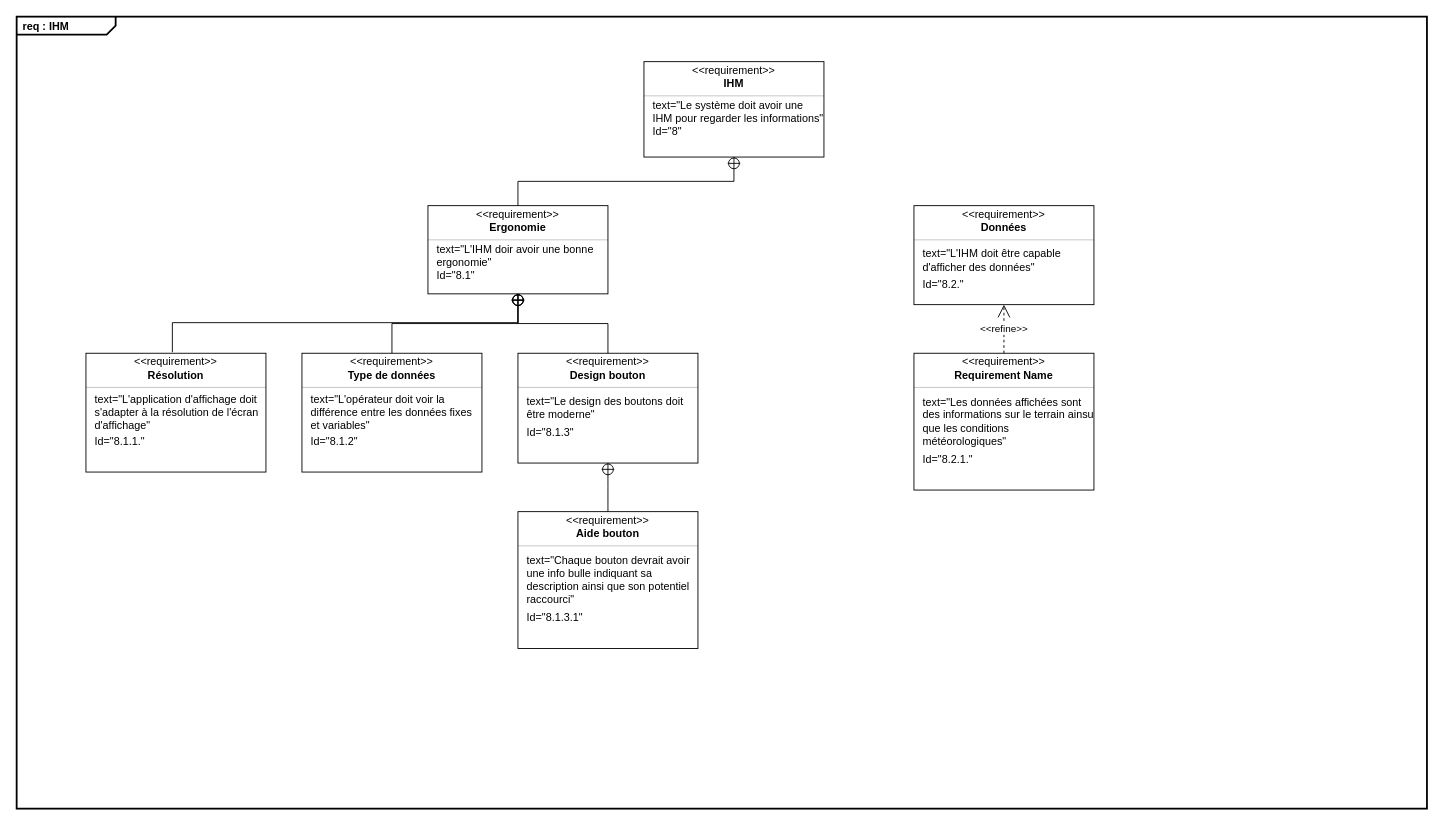
Above: SYSML/Diagramme_Requirement_IHM.drawio in ToGen49/Hippodrome (draw.io), before the change. Source tidied: cells renumbered, new cells numbered last; positions are measured from the earlier drawing's top-left corner, leaving out a move shared by most shapes. Both pictures are drawn from the tidied source at 90%, with x=0, y=0 at pixel (16, 16).
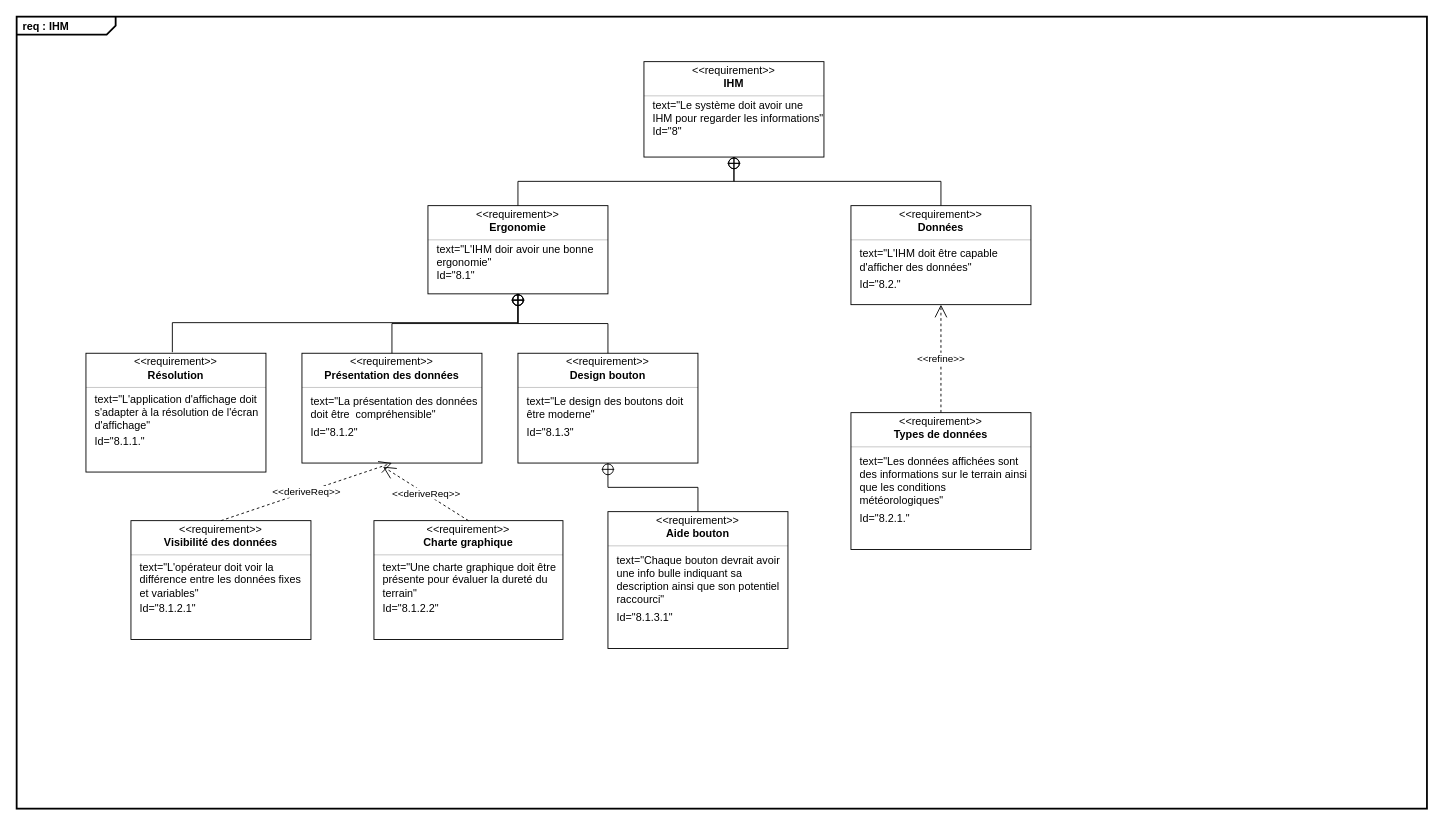
After the change.

Commit message (it also covers changes not shown here):
Mettre à jour Diagramme_Requirement_IHM.drawio

The change refers to these unchanged cells:
```xml
<mxCell id="9" style="html=1;align=center;spacing=0;verticalAlign=middle;strokeColor=none;fillColor=none;whiteSpace=wrap;" parent="3" vertex="1">
  <mxGeometry y="86" width="200" height="20" as="geometry" />
</mxCell>
<mxCell id="51" value="&amp;lt;&amp;lt;requirement&amp;gt;&amp;gt;" style="html=1;align=center;spacing=0;verticalAlign=middle;strokeColor=none;fillColor=none;whiteSpace=wrap;spacingTop=3;" parent="50" vertex="1">
  <mxGeometry width="200" height="16" as="geometry" />
</mxCell>
```

The edit, as a diff of the source:
```diff
@@
     <mxCell id="25" style="fontStyle=1;align=center;verticalAlign=middle;horizontal=1;" parent="1" vertex="1">
-      <mxGeometry x="317" y="374" width="200" height="132" as="geometry" />
+      <mxGeometry x="317" y="374" width="200" height="122" as="geometry" />
     </mxCell>
@@
-    <mxCell id="27" value="Type de données" style="html=1;align=center;spacing=0;verticalAlign=middle;strokeColor=none;fillColor=none;whiteSpace=wrap;fontStyle=1;" parent="25" vertex="1">
+    <mxCell id="27" value="Présentation des données" style="html=1;align=center;spacing=0;verticalAlign=middle;strokeColor=none;fillColor=none;whiteSpace=wrap;fontStyle=1;" parent="25" vertex="1">
       <mxGeometry y="16" width="200" height="18" as="geometry" />
     </mxCell>
@@
-    <mxCell id="29" value="text=&quot;L'opérateur doit voir la différence entre les données fixes et variables&quot;" style="html=1;align=left;spacing=0;verticalAlign=middle;strokeColor=none;fillColor=none;whiteSpace=wrap;spacingLeft=10;" parent="25" vertex="1">
-      <mxGeometry y="42" width="200" height="48" as="geometry" />
+    <mxCell id="29" value="text=&quot;La présentation des données doit être&amp;nbsp; compréhensible&quot;" style="html=1;align=left;spacing=0;verticalAlign=middle;strokeColor=none;fillColor=none;whiteSpace=wrap;spacingLeft=10;" parent="25" vertex="1">
+      <mxGeometry y="42" width="200" height="38" as="geometry" />
     </mxCell>
     <mxCell id="30" value="Id=&quot;8.1.2&quot;" style="html=1;align=left;spacing=0;verticalAlign=middle;strokeColor=none;fillColor=none;whiteSpace=wrap;spacingLeft=10;" parent="25" vertex="1">
-      <mxGeometry y="90" width="200" height="16" as="geometry" />
+      <mxGeometry y="80" width="200" height="16" as="geometry" />
     </mxCell>
     <mxCell id="31" style="html=1;align=center;spacing=0;verticalAlign=middle;strokeColor=none;fillColor=none;whiteSpace=wrap;" parent="25" vertex="1">
-      <mxGeometry y="106" width="200" height="26" as="geometry" />
+      <mxGeometry y="96" width="200" height="26" as="geometry" />
     </mxCell>
@@
     <mxCell id="39" style="fontStyle=1;align=center;verticalAlign=middle;horizontal=1;" parent="1" vertex="1">
-      <mxGeometry x="557" y="550" width="200" height="152" as="geometry" />
+      <mxGeometry x="657" y="550" width="200" height="152" as="geometry" />
     </mxCell>
@@
     <mxCell id="50" style="fontStyle=1;align=center;verticalAlign=middle;horizontal=1;" parent="1" vertex="1">
-      <mxGeometry x="997" y="210" width="200" height="110" as="geometry" />
+      <mxGeometry x="927" y="210" width="200" height="110" as="geometry" />
     </mxCell>
@@
     <mxCell id="57" style="fontStyle=1;align=center;verticalAlign=middle;horizontal=1;" parent="1" vertex="1">
-      <mxGeometry x="997" y="374" width="200" height="152" as="geometry" />
+      <mxGeometry x="927" y="440" width="200" height="152" as="geometry" />
     </mxCell>
@@
-    <mxCell id="59" value="Requirement Name" style="html=1;align=center;spacing=0;verticalAlign=middle;strokeColor=none;fillColor=none;whiteSpace=wrap;fontStyle=1;" parent="57" vertex="1">
+    <mxCell id="59" value="Types de données" style="html=1;align=center;spacing=0;verticalAlign=middle;strokeColor=none;fillColor=none;whiteSpace=wrap;fontStyle=1;" parent="57" vertex="1">
       <mxGeometry y="16" width="200" height="18" as="geometry" />
     </mxCell>
@@
-    <mxCell id="61" value="text=&quot;Les données affichées sont des informations sur le terrain ainsu que les conditions météorologiques&quot;" style="html=1;align=left;spacing=0;verticalAlign=middle;strokeColor=none;fillColor=none;whiteSpace=wrap;spacingLeft=10;" parent="57" vertex="1">
+    <mxCell id="61" value="text=&quot;Les données affichées sont des informations sur le terrain ainsi que les conditions météorologiques&quot;" style="html=1;align=left;spacing=0;verticalAlign=middle;strokeColor=none;fillColor=none;whiteSpace=wrap;spacingLeft=10;" parent="57" vertex="1">
       <mxGeometry y="42" width="200" height="68" as="geometry" />
     </mxCell>
@@
+    <mxCell id="65" style="rounded=0;html=1;labelBackgroundColor=none;endArrow=none;edgeStyle=elbowEdgeStyle;elbow=vertical;startArrow=sysMLPackCont;startSize=12;exitX=0.5;exitY=1;exitDx=0;exitDy=0;entryX=0.5;entryY=0;entryDx=0;entryDy=0;" parent="1" edge="1" source="9" target="51">
+      <mxGeometry relative="1" as="geometry" />
+    </mxCell>
+    <mxCell id="66" style="fontStyle=1;align=center;verticalAlign=middle;horizontal=1;" parent="1" vertex="1">
+      <mxGeometry x="127" y="560" width="200" height="132" as="geometry" />
+    </mxCell>
+    <mxCell id="67" value="&amp;lt;&amp;lt;requirement&amp;gt;&amp;gt;" style="html=1;align=center;spacing=0;verticalAlign=middle;strokeColor=none;fillColor=none;whiteSpace=wrap;spacingTop=3;" parent="66" vertex="1">
+      <mxGeometry width="200" height="16" as="geometry" />
+    </mxCell>
+    <mxCell id="68" value="Visibilité des données" style="html=1;align=center;spacing=0;verticalAlign=middle;strokeColor=none;fillColor=none;whiteSpace=wrap;fontStyle=1;" parent="66" vertex="1">
+      <mxGeometry y="16" width="200" height="18" as="geometry" />
+    </mxCell>
+    <mxCell id="69" style="line;strokeWidth=0.25;fillColor=none;align=left;verticalAlign=middle;spacingTop=-1;spacingLeft=3;spacingRight=3;labelPosition=right;" parent="66" vertex="1">
+      <mxGeometry y="34" width="200" height="8" as="geometry" />
+    </mxCell>
+    <mxCell id="70" value="text=&quot;L'opérateur doit voir la différence entre les données fixes et variables&quot;" style="html=1;align=left;spacing=0;verticalAlign=middle;strokeColor=none;fillColor=none;whiteSpace=wrap;spacingLeft=10;" parent="66" vertex="1">
+      <mxGeometry y="42" width="200" height="48" as="geometry" />
+    </mxCell>
+    <mxCell id="71" value="Id=&quot;8.1.2.1&quot;" style="html=1;align=left;spacing=0;verticalAlign=middle;strokeColor=none;fillColor=none;whiteSpace=wrap;spacingLeft=10;" parent="66" vertex="1">
+      <mxGeometry y="90" width="200" height="16" as="geometry" />
+    </mxCell>
+    <mxCell id="72" style="html=1;align=center;spacing=0;verticalAlign=middle;strokeColor=none;fillColor=none;whiteSpace=wrap;" parent="66" vertex="1">
+      <mxGeometry y="106" width="200" height="26" as="geometry" />
+    </mxCell>
+    <mxCell id="73" style="fontStyle=1;align=center;verticalAlign=middle;horizontal=1;" parent="1" vertex="1">
+      <mxGeometry x="397" y="560" width="210" height="132" as="geometry" />
+    </mxCell>
+    <mxCell id="74" value="&amp;lt;&amp;lt;requirement&amp;gt;&amp;gt;" style="html=1;align=center;spacing=0;verticalAlign=middle;strokeColor=none;fillColor=none;whiteSpace=wrap;spacingTop=3;" parent="73" vertex="1">
+      <mxGeometry width="210" height="16" as="geometry" />
+    </mxCell>
+    <mxCell id="75" value="Charte graphique" style="html=1;align=center;spacing=0;verticalAlign=middle;strokeColor=none;fillColor=none;whiteSpace=wrap;fontStyle=1;" parent="73" vertex="1">
+      <mxGeometry y="16" width="210" height="18" as="geometry" />
+    </mxCell>
+    <mxCell id="76" style="line;strokeWidth=0.25;fillColor=none;align=left;verticalAlign=middle;spacingTop=-1;spacingLeft=3;spacingRight=3;labelPosition=right;" parent="73" vertex="1">
+      <mxGeometry y="34" width="210" height="8" as="geometry" />
+    </mxCell>
+    <mxCell id="77" value="text=&quot;Une charte graphique doit être présente pour évaluer la dureté du terrain&quot;" style="html=1;align=left;spacing=0;verticalAlign=middle;strokeColor=none;fillColor=none;whiteSpace=wrap;spacingLeft=10;" parent="73" vertex="1">
+      <mxGeometry y="42" width="210" height="48" as="geometry" />
+    </mxCell>
+    <mxCell id="78" value="Id=&quot;8.1.2.2&quot;" style="html=1;align=left;spacing=0;verticalAlign=middle;strokeColor=none;fillColor=none;whiteSpace=wrap;spacingLeft=10;" parent="73" vertex="1">
+      <mxGeometry y="90" width="210" height="16" as="geometry" />
+    </mxCell>
+    <mxCell id="79" style="html=1;align=center;spacing=0;verticalAlign=middle;strokeColor=none;fillColor=none;whiteSpace=wrap;" parent="73" vertex="1">
+      <mxGeometry y="106" width="210" height="26" as="geometry" />
+    </mxCell>
+    <mxCell id="80" value="&amp;lt;&amp;lt;deriveReq&amp;gt;&amp;gt;" style="endArrow=open;html=1;edgeStyle=none;endSize=12;dashed=1;rounded=0;entryX=0.5;entryY=1;entryDx=0;entryDy=0;exitX=0.5;exitY=0;exitDx=0;exitDy=0;" parent="1" edge="1" source="67" target="31">
+      <mxGeometry relative="1" as="geometry" />
+    </mxCell>
+    <mxCell id="81" value="&amp;lt;&amp;lt;deriveReq&amp;gt;&amp;gt;" style="endArrow=open;html=1;edgeStyle=none;endSize=12;dashed=1;rounded=0;exitX=0.5;exitY=0;exitDx=0;exitDy=0;" parent="1" edge="1" source="74">
+      <mxGeometry relative="1" as="geometry">
+        <mxPoint x="407" y="500" as="targetPoint" />
+      </mxGeometry>
+    </mxCell>
```
